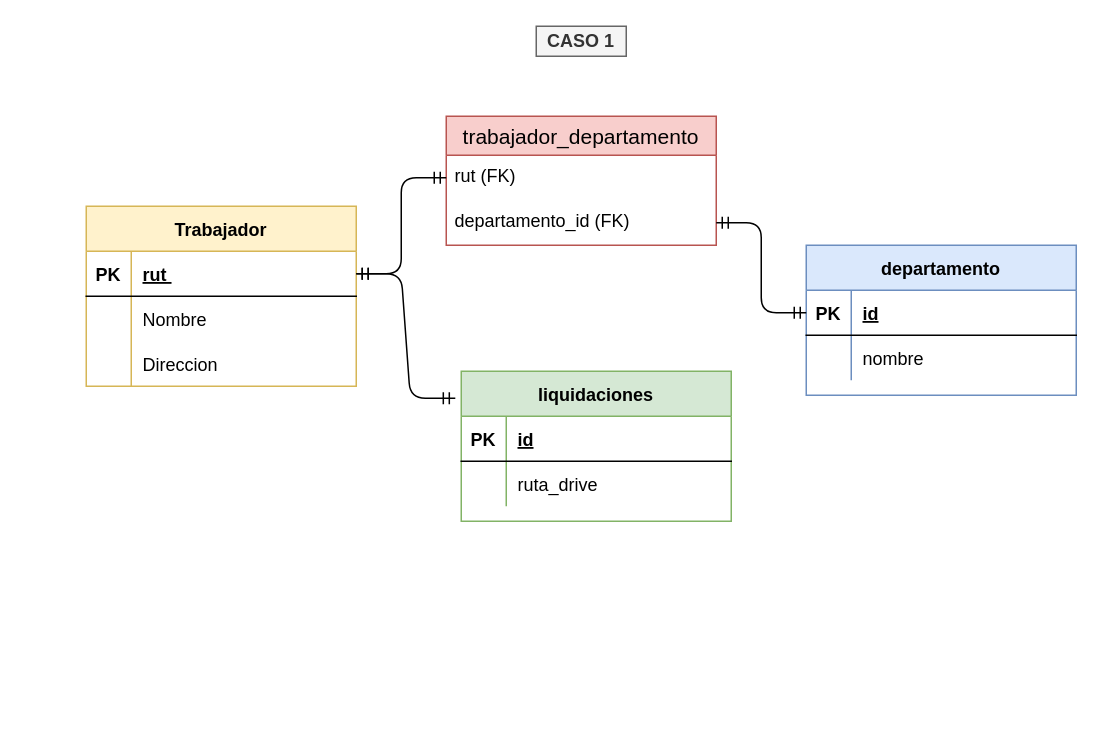
Before: desafio3/caso1/caso1.drawio in tomasbriones/postgres, a draw.io diagram. Source tidied: cells renumbered, new cells numbered last; positions are measured from the earlier drawing's top-left corner, leaving out a move shared by most shapes. Both pictures are drawn from the tidied source at 150%, with x=0, y=0 at pixel (86, 26).
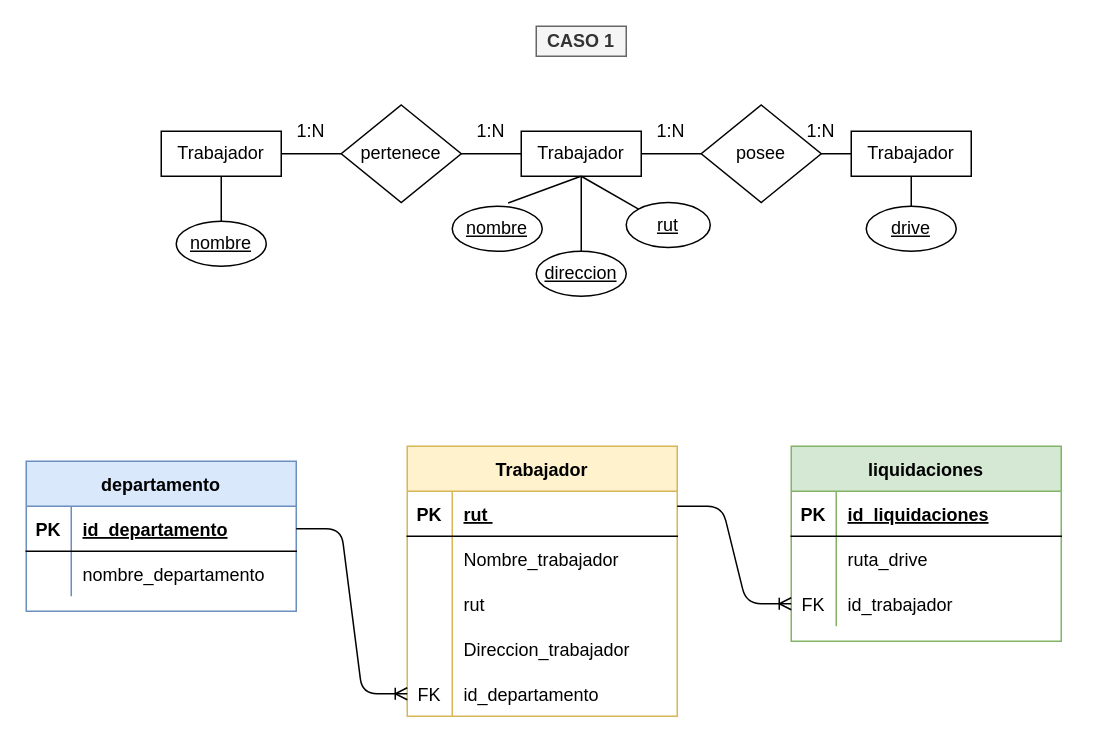
After the change.

Commit message (it also covers changes not shown here):
desafio3 diagramas caso1 y caso 2 update

The change refers to these unchanged cells:
```xml
<mxCell id="3" style="shape=partialRectangle;fillColor=none;top=0;left=0;bottom=1;right=0;points=[[0,0.5],[1,0.5]];portConstraint=eastwest;" parent="2" vertex="1">
  <mxGeometry y="30" width="180" height="30" as="geometry" />
</mxCell>
<mxCell id="6" style="shape=partialRectangle;fillColor=none;top=0;left=0;bottom=0;right=0;" parent="2" vertex="1">
  <mxGeometry y="60" width="180" height="30" as="geometry" />
</mxCell>
<mxCell id="9" style="shape=partialRectangle;fillColor=none;top=0;left=0;bottom=0;right=0;" parent="2" vertex="1">
  <mxGeometry y="90" width="180" height="30" as="geometry" />
</mxCell>
<mxCell id="13" style="shape=partialRectangle;fillColor=none;top=0;left=0;bottom=1;right=0;points=[[0,0.5],[1,0.5]];portConstraint=eastwest;" parent="12" vertex="1">
  <mxGeometry y="30" width="180" height="30" as="geometry" />
</mxCell>
<mxCell id="16" style="shape=partialRectangle;fillColor=none;top=0;left=0;bottom=0;right=0;" parent="12" vertex="1">
  <mxGeometry y="60" width="180" height="30" as="geometry" />
</mxCell>
<mxCell id="23" style="shape=partialRectangle;fillColor=none;top=0;left=0;bottom=1;right=0;" parent="22" vertex="1">
  <mxGeometry y="30" width="180" height="30" as="geometry" />
</mxCell>
```

Diff of the diagram source:
```diff
@@
     <mxCell id="2" value="Trabajador" style="shape=table;startSize=30;childLayout=tableLayout;rowLines=0;fontStyle=1;align=center;fillColor=#fff2cc;strokeColor=#d6b656;" parent="1" vertex="1">
-      <mxGeometry y="120" width="180" height="120" as="geometry" />
+      <mxGeometry x="214" y="280" width="180" height="180" as="geometry" />
     </mxCell>
@@
-    <mxCell id="8" value="Nombre" style="shape=partialRectangle;fillColor=none;top=0;left=0;bottom=0;right=0;align=left;spacingLeft=6;overflow=hidden;" parent="6" vertex="1">
+    <mxCell id="8" value="Nombre_trabajador" style="shape=partialRectangle;fillColor=none;top=0;left=0;bottom=0;right=0;align=left;spacingLeft=6;overflow=hidden;" parent="6" vertex="1">
       <mxGeometry x="30" width="150" height="30" as="geometry" />
     </mxCell>
@@
-    <mxCell id="11" value="Direccion" style="shape=partialRectangle;fillColor=none;top=0;left=0;bottom=0;right=0;align=left;spacingLeft=6;overflow=hidden;" parent="9" vertex="1">
+    <mxCell id="11" value="rut" style="shape=partialRectangle;fillColor=none;top=0;left=0;bottom=0;right=0;align=left;spacingLeft=6;overflow=hidden;" parent="9" vertex="1">
       <mxGeometry x="30" width="150" height="30" as="geometry" />
     </mxCell>
+    <mxCell id="33" style="shape=partialRectangle;fillColor=none;top=0;left=0;bottom=0;right=0;" parent="2" vertex="1">
+      <mxGeometry y="120" width="180" height="30" as="geometry" />
+    </mxCell>
+    <mxCell id="34" style="shape=partialRectangle;fillColor=none;top=0;left=0;bottom=0;right=0;overflow=hidden;" parent="33" vertex="1">
+      <mxGeometry width="30" height="30" as="geometry" />
+    </mxCell>
+    <mxCell id="35" value="Direccion_trabajador" style="shape=partialRectangle;fillColor=none;top=0;left=0;bottom=0;right=0;align=left;spacingLeft=6;overflow=hidden;" parent="33" vertex="1">
+      <mxGeometry x="30" width="150" height="30" as="geometry" />
+    </mxCell>
+    <mxCell id="36" style="shape=partialRectangle;fillColor=none;top=0;left=0;bottom=0;right=0;points=[[0,0.5],[1,0.5]];portConstraint=eastwest;" parent="2" vertex="1">
+      <mxGeometry y="150" width="180" height="30" as="geometry" />
+    </mxCell>
+    <mxCell id="37" value="FK" style="shape=partialRectangle;fillColor=none;top=0;left=0;bottom=0;right=0;overflow=hidden;" parent="36" vertex="1">
+      <mxGeometry width="30" height="30" as="geometry" />
+    </mxCell>
+    <mxCell id="38" value="id_departamento" style="shape=partialRectangle;fillColor=none;top=0;left=0;bottom=0;right=0;align=left;spacingLeft=6;overflow=hidden;" parent="36" vertex="1">
+      <mxGeometry x="30" width="150" height="30" as="geometry" />
+    </mxCell>
     <mxCell id="12" value="departamento" style="shape=table;startSize=30;childLayout=tableLayout;rowLines=0;fontStyle=1;align=center;fillColor=#dae8fc;strokeColor=#6c8ebf;" parent="1" vertex="1">
-      <mxGeometry x="480" y="146" width="180" height="100" as="geometry" />
+      <mxGeometry x="-40" y="290" width="180" height="100" as="geometry" />
     </mxCell>
@@
-    <mxCell id="15" value="id" style="shape=partialRectangle;fillColor=none;top=0;left=0;bottom=0;right=0;align=left;spacingLeft=6;fontStyle=5;overflow=hidden;" parent="13" vertex="1">
+    <mxCell id="15" value="id_departamento" style="shape=partialRectangle;fillColor=none;top=0;left=0;bottom=0;right=0;align=left;spacingLeft=6;fontStyle=5;overflow=hidden;" parent="13" vertex="1">
       <mxGeometry x="30" width="150" height="30" as="geometry" />
     </mxCell>
@@
-    <mxCell id="18" value="nombre" style="shape=partialRectangle;fillColor=none;top=0;left=0;bottom=0;right=0;align=left;spacingLeft=6;overflow=hidden;" parent="16" vertex="1">
+    <mxCell id="18" value="nombre_departamento" style="shape=partialRectangle;fillColor=none;top=0;left=0;bottom=0;right=0;align=left;spacingLeft=6;overflow=hidden;" parent="16" vertex="1">
       <mxGeometry x="30" width="150" height="30" as="geometry" />
     </mxCell>
-    <mxCell id="19" value="trabajador_departamento" style="swimlane;fontStyle=0;horizontal=1;startSize=26;align=center;fontSize=14;fillColor=#f8cecc;strokeColor=#b85450;" parent="1" vertex="1">
-      <mxGeometry x="240" y="60" width="180" height="86" as="geometry" />
-    </mxCell>
-    <mxCell id="20" value="rut (FK)" style="text;strokeColor=none;fillColor=none;spacingLeft=4;spacingRight=4;overflow=hidden;points=[[0,0.5],[1,0.5]];portConstraint=eastwest;fontSize=12;" parent="19" vertex="1">
-      <mxGeometry y="26" width="180" height="30" as="geometry" />
-    </mxCell>
-    <mxCell id="21" value="departamento_id (FK)" style="text;strokeColor=none;fillColor=none;spacingLeft=4;spacingRight=4;overflow=hidden;points=[[0,0.5],[1,0.5]];portConstraint=eastwest;fontSize=12;" parent="19" vertex="1">
-      <mxGeometry y="56" width="180" height="30" as="geometry" />
-    </mxCell>
     <mxCell id="22" value="liquidaciones" style="shape=table;startSize=30;childLayout=tableLayout;rowLines=0;fontStyle=1;align=center;fillColor=#d5e8d4;strokeColor=#82b366;" parent="1" vertex="1">
-      <mxGeometry x="250" y="230" width="180" height="100" as="geometry" />
+      <mxGeometry x="470" y="280" width="180" height="130" as="geometry" />
     </mxCell>
@@
-    <mxCell id="25" value="id" style="shape=partialRectangle;fillColor=none;top=0;left=0;bottom=0;right=0;align=left;spacingLeft=6;fontStyle=5;overflow=hidden;" parent="23" vertex="1">
+    <mxCell id="25" value="id_liquidaciones" style="shape=partialRectangle;fillColor=none;top=0;left=0;bottom=0;right=0;align=left;spacingLeft=6;fontStyle=5;overflow=hidden;" parent="23" vertex="1">
       <mxGeometry x="30" width="150" height="30" as="geometry" />
     </mxCell>
@@
-    <mxCell id="29" style="edgeStyle=entityRelationEdgeStyle;fontSize=12;html=1;endArrow=ERmandOne;startArrow=ERmandOne;entryX=0;entryY=0.5;entryDx=0;entryDy=0;" parent="1" edge="1" source="3" target="20">
-      <mxGeometry relative="1" as="geometry" />
-    </mxCell>
-    <mxCell id="30" style="edgeStyle=entityRelationEdgeStyle;fontSize=12;html=1;endArrow=ERmandOne;startArrow=ERmandOne;entryX=0;entryY=0.5;entryDx=0;entryDy=0;" parent="1" edge="1" source="21" target="13">
-      <mxGeometry relative="1" as="geometry" />
-    </mxCell>
-    <mxCell id="31" style="edgeStyle=entityRelationEdgeStyle;fontSize=12;html=1;endArrow=ERmandOne;startArrow=ERmandOne;exitX=1;exitY=0.5;exitDx=0;exitDy=0;entryX=-0.022;entryY=0.18;entryDx=0;entryDy=0;entryPerimeter=0;" parent="1" edge="1" source="3" target="22">
-      <mxGeometry relative="1" as="geometry" />
-    </mxCell>
+    <mxCell id="39" style="shape=partialRectangle;fillColor=none;top=0;left=0;bottom=0;right=0;points=[[0,0.5],[1,0.5]];portConstraint=eastwest;" parent="22" vertex="1">
+      <mxGeometry y="90" width="180" height="30" as="geometry" />
+    </mxCell>
+    <mxCell id="40" value="FK" style="shape=partialRectangle;fillColor=none;top=0;left=0;bottom=0;right=0;overflow=hidden;" parent="39" vertex="1">
+      <mxGeometry width="30" height="30" as="geometry" />
+    </mxCell>
+    <mxCell id="41" value="id_trabajador" style="shape=partialRectangle;fillColor=none;top=0;left=0;bottom=0;right=0;align=left;spacingLeft=6;overflow=hidden;" parent="39" vertex="1">
+      <mxGeometry x="30" width="150" height="30" as="geometry" />
+    </mxCell>
@@
+    <mxCell id="42" style="edgeStyle=entityRelationEdgeStyle;fontSize=12;html=1;endArrow=ERoneToMany;exitX=1;exitY=0.5;exitDx=0;exitDy=0;entryX=0;entryY=0.5;entryDx=0;entryDy=0;" parent="1" edge="1" source="13" target="36">
+      <mxGeometry relative="1" as="geometry" />
+    </mxCell>
+    <mxCell id="43" style="edgeStyle=entityRelationEdgeStyle;fontSize=12;html=1;endArrow=ERoneToMany;entryX=0;entryY=0.5;entryDx=0;entryDy=0;" parent="1" edge="1" target="39">
+      <mxGeometry relative="1" as="geometry">
+        <mxPoint x="394" y="320" as="sourcePoint" />
+      </mxGeometry>
+    </mxCell>
+    <mxCell id="44" value="Trabajador" style="whiteSpace=wrap;html=1;align=center;" parent="1" vertex="1">
+      <mxGeometry x="290" y="70" width="80" height="30" as="geometry" />
+    </mxCell>
+    <mxCell id="45" value="nombre" style="ellipse;whiteSpace=wrap;html=1;align=center;fontStyle=4;" parent="1" vertex="1">
+      <mxGeometry x="244" y="120" width="60" height="30" as="geometry" />
+    </mxCell>
+    <mxCell id="46" value="rut" style="ellipse;whiteSpace=wrap;html=1;align=center;fontStyle=4;" parent="1" vertex="1">
+      <mxGeometry x="360" y="117.5" width="56" height="30" as="geometry" />
+    </mxCell>
+    <mxCell id="47" value="direccion" style="ellipse;whiteSpace=wrap;html=1;align=center;fontStyle=4;" parent="1" vertex="1">
+      <mxGeometry x="300" y="150" width="60" height="30" as="geometry" />
+    </mxCell>
+    <mxCell id="48" value="Trabajador" style="whiteSpace=wrap;html=1;align=center;" parent="1" vertex="1">
+      <mxGeometry x="510" y="70" width="80" height="30" as="geometry" />
+    </mxCell>
+    <mxCell id="49" value="Trabajador" style="whiteSpace=wrap;html=1;align=center;" parent="1" vertex="1">
+      <mxGeometry x="50" y="70" width="80" height="30" as="geometry" />
+    </mxCell>
+    <mxCell id="50" value="pertenece" style="rhombus;whiteSpace=wrap;html=1;" parent="1" vertex="1">
+      <mxGeometry x="170" y="52.5" width="80" height="65" as="geometry" />
+    </mxCell>
+    <mxCell id="51" value="posee" style="rhombus;whiteSpace=wrap;html=1;" parent="1" vertex="1">
+      <mxGeometry x="410" y="52.5" width="80" height="65" as="geometry" />
+    </mxCell>
+    <mxCell id="52" value="nombre" style="ellipse;whiteSpace=wrap;html=1;align=center;fontStyle=4;" parent="1" vertex="1">
+      <mxGeometry x="60" y="130" width="60" height="30" as="geometry" />
+    </mxCell>
+    <mxCell id="53" value="drive" style="ellipse;whiteSpace=wrap;html=1;align=center;fontStyle=4;" parent="1" vertex="1">
+      <mxGeometry x="520" y="120" width="60" height="30" as="geometry" />
+    </mxCell>
+    <mxCell id="54" style="endArrow=none;html=1;entryX=0;entryY=0.5;entryDx=0;entryDy=0;exitX=1;exitY=0.5;exitDx=0;exitDy=0;" parent="1" edge="1" source="49" target="50">
+      <mxGeometry relative="1" as="geometry" />
+    </mxCell>
+    <mxCell id="55" style="endArrow=none;html=1;entryX=0;entryY=0.5;entryDx=0;entryDy=0;" parent="1" edge="1" source="50" target="44">
+      <mxGeometry relative="1" as="geometry" />
+    </mxCell>
+    <mxCell id="56" style="endArrow=none;html=1;entryX=1;entryY=0.5;entryDx=0;entryDy=0;exitX=0;exitY=0.5;exitDx=0;exitDy=0;" parent="1" edge="1" source="51" target="44">
+      <mxGeometry relative="1" as="geometry" />
+    </mxCell>
+    <mxCell id="57" style="endArrow=none;html=1;entryX=0;entryY=0.5;entryDx=0;entryDy=0;exitX=1;exitY=0.5;exitDx=0;exitDy=0;" parent="1" edge="1" source="51" target="48">
+      <mxGeometry relative="1" as="geometry" />
+    </mxCell>
+    <mxCell id="58" style="endArrow=none;html=1;exitX=0.5;exitY=1;exitDx=0;exitDy=0;entryX=0.5;entryY=0;entryDx=0;entryDy=0;" parent="1" edge="1" source="49" target="52">
+      <mxGeometry relative="1" as="geometry" />
+    </mxCell>
+    <mxCell id="59" style="endArrow=none;html=1;exitX=0.5;exitY=1;exitDx=0;exitDy=0;entryX=0.621;entryY=-0.073;entryDx=0;entryDy=0;entryPerimeter=0;" parent="1" edge="1" target="45">
+      <mxGeometry relative="1" as="geometry">
+        <mxPoint x="329.8" y="100" as="sourcePoint" />
+      </mxGeometry>
+    </mxCell>
+    <mxCell id="60" style="endArrow=none;html=1;entryX=0.5;entryY=0;entryDx=0;entryDy=0;" parent="1" edge="1" target="47">
+      <mxGeometry relative="1" as="geometry">
+        <mxPoint x="330" y="100" as="sourcePoint" />
+      </mxGeometry>
+    </mxCell>
+    <mxCell id="61" style="endArrow=none;html=1;entryX=0;entryY=0;entryDx=0;entryDy=0;" parent="1" edge="1" target="46">
+      <mxGeometry relative="1" as="geometry">
+        <mxPoint x="330" y="100" as="sourcePoint" />
+      </mxGeometry>
+    </mxCell>
+    <mxCell id="62" style="endArrow=none;html=1;exitX=0.5;exitY=1;exitDx=0;exitDy=0;" parent="1" edge="1" source="48">
+      <mxGeometry relative="1" as="geometry">
+        <mxPoint x="550" y="120" as="targetPoint" />
+      </mxGeometry>
+    </mxCell>
+    <mxCell id="63" value="1:N" style="text;html=1;strokeColor=none;fillColor=none;align=center;verticalAlign=middle;whiteSpace=wrap;rounded=0;" parent="1" vertex="1">
+      <mxGeometry x="130" y="60" width="40" height="20" as="geometry" />
+    </mxCell>
+    <mxCell id="64" value="1:N" style="text;html=1;strokeColor=none;fillColor=none;align=center;verticalAlign=middle;whiteSpace=wrap;rounded=0;" parent="1" vertex="1">
+      <mxGeometry x="250" y="60" width="40" height="20" as="geometry" />
+    </mxCell>
+    <mxCell id="65" value="1:N" style="text;html=1;strokeColor=none;fillColor=none;align=center;verticalAlign=middle;whiteSpace=wrap;rounded=0;" parent="1" vertex="1">
+      <mxGeometry x="370" y="60" width="40" height="20" as="geometry" />
+    </mxCell>
+    <mxCell id="66" value="1:N" style="text;html=1;strokeColor=none;fillColor=none;align=center;verticalAlign=middle;whiteSpace=wrap;rounded=0;" parent="1" vertex="1">
+      <mxGeometry x="470" y="60" width="40" height="20" as="geometry" />
+    </mxCell>
```
